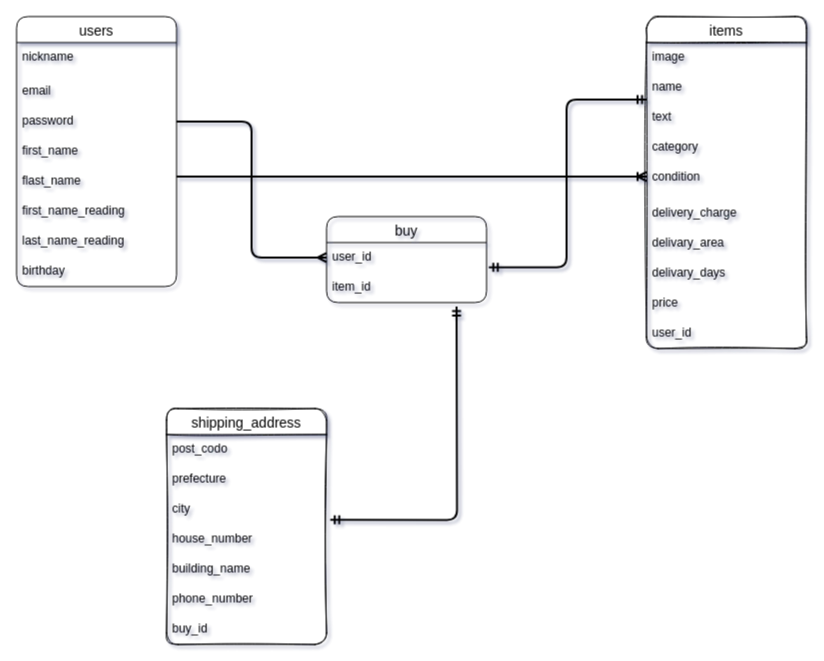
Earlier version of the draw.io diagram er.dio (minama003/furima-30325). Source tidied: cells renumbered, new cells numbered last; positions are measured from the earlier drawing's top-left corner, leaving out a move shared by most shapes. Both pictures are drawn from the tidied source at 100%, with x=0, y=0 at pixel (16, 16).
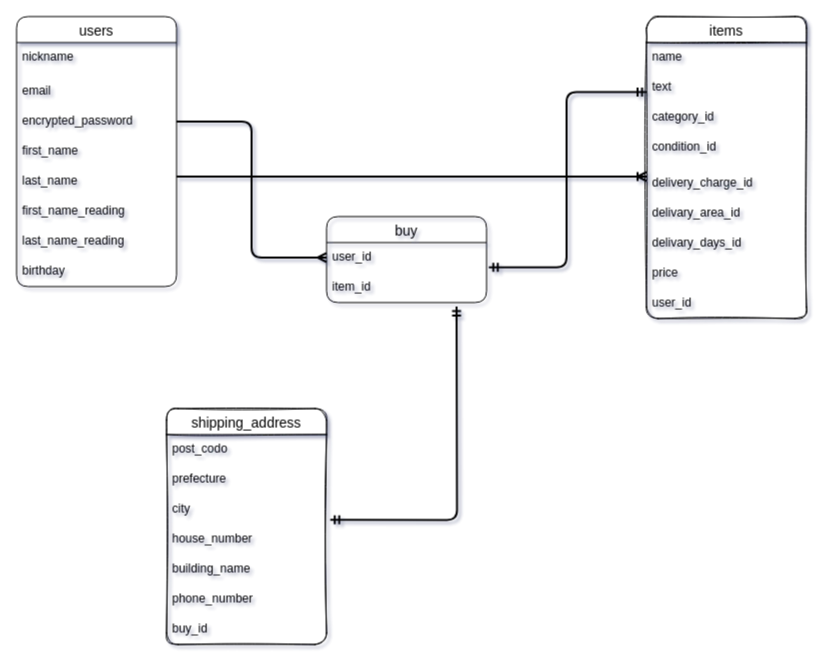
Above is the later version.

Unchanged cells that the change refers to:
```xml
<mxCell id="2" value="users" style="swimlane;fontStyle=0;horizontal=1;startSize=26;align=center;fontSize=14;rounded=1;" parent="1" vertex="1">
  <mxGeometry width="160" height="270" as="geometry" />
</mxCell>
```

Diff of the diagram source:
```diff
@@
-    <mxCell id="5" value="password&#10;" style="text;strokeColor=none;fillColor=none;spacingLeft=4;spacingRight=4;overflow=hidden;points=[[0,0.5],[1,0.5]];portConstraint=eastwest;fontSize=12;sketch=1;rounded=1;" parent="2" vertex="1">
+    <mxCell id="5" value="encrypted_password&#10;&#10;" style="text;strokeColor=none;fillColor=none;spacingLeft=4;spacingRight=4;overflow=hidden;points=[[0,0.5],[1,0.5]];portConstraint=eastwest;fontSize=12;sketch=1;rounded=1;" parent="2" vertex="1">
       <mxGeometry y="90" width="160" height="30" as="geometry" />
     </mxCell>
@@
-    <mxCell id="7" value="flast_name" style="text;strokeColor=none;fillColor=none;spacingLeft=4;spacingRight=4;overflow=hidden;fontSize=12;sketch=1;rounded=1;" parent="2" vertex="1">
+    <mxCell id="7" value="last_name" style="text;strokeColor=none;fillColor=none;spacingLeft=4;spacingRight=4;overflow=hidden;fontSize=12;sketch=1;rounded=1;" parent="2" vertex="1">
       <mxGeometry y="150" width="160" height="30" as="geometry" />
     </mxCell>
@@
     <mxCell id="11" value="items" style="swimlane;fontStyle=0;horizontal=1;startSize=26;align=center;fontSize=14;sketch=1;rounded=1;" parent="1" vertex="1">
-      <mxGeometry x="630" width="160" height="332" as="geometry" />
+      <mxGeometry x="630" width="160" height="302" as="geometry" />
     </mxCell>
-    <mxCell id="12" value="image" style="text;strokeColor=none;fillColor=none;spacingLeft=4;spacingRight=4;overflow=hidden;fontSize=12;rounded=1;" parent="11" vertex="1">
-      <mxGeometry y="26" width="160" height="30" as="geometry" />
-    </mxCell>
     <mxCell id="13" value="name" style="text;strokeColor=none;fillColor=none;spacingLeft=4;spacingRight=4;overflow=hidden;fontSize=12;rounded=1;" parent="11" vertex="1">
-      <mxGeometry y="56" width="160" height="30" as="geometry" />
+      <mxGeometry y="26" width="160" height="30" as="geometry" />
     </mxCell>
     <mxCell id="14" value="text" style="text;strokeColor=none;fillColor=none;spacingLeft=4;spacingRight=4;overflow=hidden;fontSize=12;rounded=1;" parent="11" vertex="1">
-      <mxGeometry y="86" width="160" height="30" as="geometry" />
+      <mxGeometry y="56" width="160" height="30" as="geometry" />
     </mxCell>
-    <mxCell id="15" value="category" style="text;strokeColor=none;fillColor=none;spacingLeft=4;spacingRight=4;overflow=hidden;fontSize=12;rounded=1;" parent="11" vertex="1">
-      <mxGeometry y="116" width="160" height="30" as="geometry" />
+    <mxCell id="15" value="category_id" style="text;strokeColor=none;fillColor=none;spacingLeft=4;spacingRight=4;overflow=hidden;fontSize=12;rounded=1;" parent="11" vertex="1">
+      <mxGeometry y="86" width="160" height="30" as="geometry" />
     </mxCell>
-    <mxCell id="16" value="condition" style="text;strokeColor=none;fillColor=none;spacingLeft=4;spacingRight=4;overflow=hidden;fontSize=12;rounded=1;" parent="11" vertex="1">
-      <mxGeometry y="146" width="160" height="36" as="geometry" />
+    <mxCell id="16" value="condition_id" style="text;strokeColor=none;fillColor=none;spacingLeft=4;spacingRight=4;overflow=hidden;fontSize=12;rounded=1;" parent="11" vertex="1">
+      <mxGeometry y="116" width="160" height="36" as="geometry" />
     </mxCell>
-    <mxCell id="17" value="delivery_charge" style="text;strokeColor=none;fillColor=none;spacingLeft=4;spacingRight=4;overflow=hidden;fontSize=12;rounded=1;" parent="11" vertex="1">
-      <mxGeometry y="182" width="160" height="30" as="geometry" />
+    <mxCell id="17" value="delivery_charge_id" style="text;strokeColor=none;fillColor=none;spacingLeft=4;spacingRight=4;overflow=hidden;fontSize=12;rounded=1;" parent="11" vertex="1">
+      <mxGeometry y="152" width="160" height="30" as="geometry" />
     </mxCell>
-    <mxCell id="18" value="delivary_area" style="text;strokeColor=none;fillColor=none;spacingLeft=4;spacingRight=4;overflow=hidden;fontSize=12;rounded=1;" parent="11" vertex="1">
-      <mxGeometry y="212" width="160" height="30" as="geometry" />
+    <mxCell id="18" value="delivary_area_id" style="text;strokeColor=none;fillColor=none;spacingLeft=4;spacingRight=4;overflow=hidden;fontSize=12;rounded=1;" parent="11" vertex="1">
+      <mxGeometry y="182" width="160" height="30" as="geometry" />
     </mxCell>
-    <mxCell id="19" value="delivary_days" style="text;strokeColor=none;spacingLeft=4;spacingRight=4;overflow=hidden;fontSize=12;rounded=1;" parent="11" vertex="1">
-      <mxGeometry y="242" width="160" height="30" as="geometry" />
+    <mxCell id="19" value="delivary_days_id" style="text;strokeColor=none;spacingLeft=4;spacingRight=4;overflow=hidden;fontSize=12;rounded=1;" parent="11" vertex="1">
+      <mxGeometry y="212" width="160" height="30" as="geometry" />
     </mxCell>
     <mxCell id="20" value="price" style="text;strokeColor=none;fillColor=none;spacingLeft=4;spacingRight=4;overflow=hidden;fontSize=12;rounded=1;" parent="11" vertex="1">
-      <mxGeometry y="272" width="160" height="30" as="geometry" />
+      <mxGeometry y="242" width="160" height="30" as="geometry" />
     </mxCell>
     <mxCell id="21" value="user_id" style="text;strokeColor=none;fillColor=none;spacingLeft=4;spacingRight=4;overflow=hidden;fontSize=12;rounded=1;" parent="11" vertex="1">
-      <mxGeometry y="302" width="160" height="30" as="geometry" />
+      <mxGeometry y="272" width="160" height="30" as="geometry" />
     </mxCell>
```
